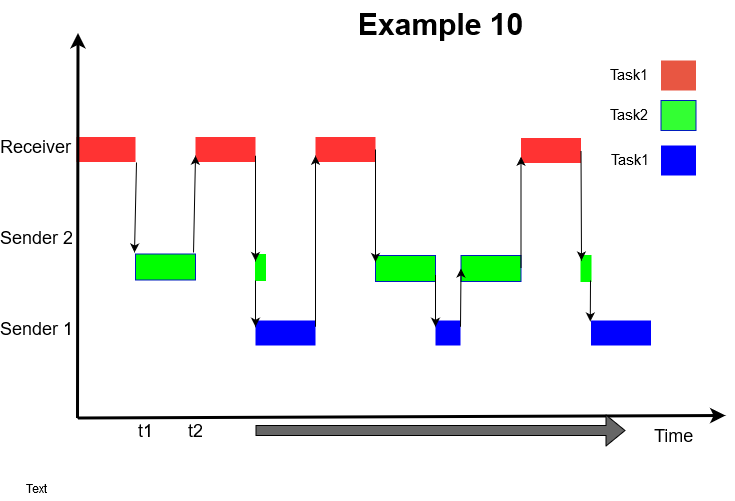
The draw.io diagram TP3/Imagenes/Example10.png in MIDORIINU/Sistemas_embebidos, before a commit. Source tidied: cells renumbered, new cells last; positions are measured from the earlier drawing's top-left corner, leaving out a move shared by most shapes. Source of this version:
```xml
<mxGraphModel background="#ffffff">
  <root>
    <mxCell id="0" />
    <mxCell id="1" parent="0" />
    <mxCell id="2" style="whiteSpace=wrap;fillColor=#FF3333;gradientColor=none;gradientDirection=east;strokeColor=none;html=1;fontColor=#23445d;" parent="1" vertex="1">
      <mxGeometry x="71" y="136.5" width="59" height="25" as="geometry" />
    </mxCell>
    <mxCell id="3" style="edgeStyle=none;html=1;fontColor=#000000;strokeWidth=3;strokeColor=#000000;" parent="1" edge="1">
      <mxGeometry relative="1" as="geometry">
        <mxPoint x="72" y="417.5" as="sourcePoint" />
        <mxPoint x="72.5" y="32.5" as="targetPoint" />
      </mxGeometry>
    </mxCell>
    <mxCell id="4" style="whiteSpace=wrap;fillColor=#00FF00;gradientDirection=east;strokeColor=#001DBC;html=1;fontColor=#ffffff;" parent="1" vertex="1">
      <mxGeometry x="130" y="253.5" width="60" height="26" as="geometry" />
    </mxCell>
    <mxCell id="5" style="edgeStyle=none;html=1;fontColor=#000000;strokeWidth=3;strokeColor=#000000;" parent="1" edge="1">
      <mxGeometry relative="1" as="geometry">
        <mxPoint x="72" y="417.5" as="sourcePoint" />
        <mxPoint x="720" y="415" as="targetPoint" />
      </mxGeometry>
    </mxCell>
    <mxCell id="6" value="Time" style="text;spacingTop=-5;html=1;fontSize=18;fontStyle=0;fontColor=#000000;strokeColor=none;" parent="1" vertex="1">
      <mxGeometry x="646.5" y="424.5" width="80" height="20" as="geometry" />
    </mxCell>
    <mxCell id="7" value="t1" style="text;spacingTop=-5;align=center;verticalAlign=middle;fontStyle=0;html=1;fontSize=18;fontColor=#000000;strokeColor=none;" parent="1" vertex="1">
      <mxGeometry x="80" y="419.5" width="120" height="30" as="geometry" />
    </mxCell>
    <mxCell id="8" value="t2" style="text;spacingTop=-5;align=center;verticalAlign=middle;fontStyle=0;html=1;fontSize=18;fontColor=#000000;strokeColor=none;" parent="1" vertex="1">
      <mxGeometry x="130" y="419.5" width="120" height="30" as="geometry" />
    </mxCell>
    <mxCell id="9" style="whiteSpace=wrap;fillColor=#33FF33;gradientDirection=east;strokeColor=#001DBC;html=1;fontColor=#ffffff;" parent="1" vertex="1">
      <mxGeometry x="655.5" y="100" width="35" height="30" as="geometry" />
    </mxCell>
    <mxCell id="10" style="whiteSpace=wrap;fillColor=#E85642;gradientColor=none;gradientDirection=east;strokeColor=none;html=1;fontColor=#23445d;" parent="1" vertex="1">
      <mxGeometry x="655.5" y="60" width="35" height="30" as="geometry" />
    </mxCell>
    <mxCell id="11" value="Task1" style="text;spacingTop=-5;html=1;fontColor=#000000;fontSize=15;" parent="1" vertex="1">
      <mxGeometry x="603" y="65" width="80" height="20" as="geometry" />
    </mxCell>
    <mxCell id="12" value="Task2" style="text;spacingTop=-5;html=1;fontColor=#000000;fontSize=15;" parent="1" vertex="1">
      <mxGeometry x="603" y="105" width="80" height="20" as="geometry" />
    </mxCell>
    <mxCell id="13" value="Sender 2" style="text;spacingTop=-5;align=center;verticalAlign=middle;fontStyle=0;html=1;fontSize=18;fontColor=#000000;" parent="1" vertex="1">
      <mxGeometry y="215" width="63" height="53" as="geometry" />
    </mxCell>
    <mxCell id="14" value="Receiver" style="text;spacingTop=-5;align=center;verticalAlign=middle;fontStyle=0;html=1;fontSize=18;fontColor=#000000;" parent="1" vertex="1">
      <mxGeometry x="1" y="85" width="58" height="130" as="geometry" />
    </mxCell>
    <mxCell id="15" value="Example 10" style="text;spacingTop=-5;align=center;verticalAlign=middle;fontSize=30;fontStyle=1;html=1;fontColor=#000000;" parent="1" vertex="1">
      <mxGeometry x="300" width="270" height="55" as="geometry" />
    </mxCell>
    <mxCell id="16" style="whiteSpace=wrap;fillColor=#FF3333;gradientColor=none;gradientDirection=east;strokeColor=none;html=1;fontColor=#23445d;" parent="1" vertex="1">
      <mxGeometry x="190" y="136.5" width="60" height="25" as="geometry" />
    </mxCell>
    <mxCell id="17" style="whiteSpace=wrap;fillColor=#00FF00;gradientDirection=east;strokeColor=#00FF00;html=1;fontColor=#ffffff;" parent="1" vertex="1">
      <mxGeometry x="250" y="254" width="10" height="26" as="geometry" />
    </mxCell>
    <mxCell id="18" style="whiteSpace=wrap;fillColor=#FF3333;gradientColor=none;gradientDirection=east;strokeColor=none;html=1;fontColor=#23445d;" parent="1" vertex="1">
      <mxGeometry x="310" y="136.5" width="60" height="25" as="geometry" />
    </mxCell>
    <mxCell id="19" style="whiteSpace=wrap;fillColor=#00FF00;gradientDirection=east;strokeColor=#001DBC;html=1;fontColor=#ffffff;" parent="1" vertex="1">
      <mxGeometry x="370" y="255" width="60" height="26" as="geometry" />
    </mxCell>
    <mxCell id="20" style="whiteSpace=wrap;fillColor=#0000FF;gradientColor=none;gradientDirection=east;strokeColor=none;html=1;fontColor=#23445d;" parent="1" vertex="1">
      <mxGeometry x="250" y="320" width="60" height="25" as="geometry" />
    </mxCell>
    <mxCell id="21" style="whiteSpace=wrap;fillColor=#FF3333;gradientColor=none;gradientDirection=east;strokeColor=none;html=1;fontColor=#23445d;" parent="1" vertex="1">
      <mxGeometry x="515.5" y="137.5" width="60" height="25" as="geometry" />
    </mxCell>
    <mxCell id="22" style="whiteSpace=wrap;fillColor=#00FF00;gradientDirection=east;strokeColor=#001DBC;html=1;fontColor=#ffffff;" parent="1" vertex="1">
      <mxGeometry x="455.5" y="255" width="60" height="26" as="geometry" />
    </mxCell>
    <mxCell id="23" value="Text" style="text;html=1;strokeColor=none;fillColor=none;align=center;verticalAlign=middle;whiteSpace=wrap;rounded=0;" parent="1" vertex="1">
      <mxGeometry x="10" y="480" width="40" height="20" as="geometry" />
    </mxCell>
    <mxCell id="24" style="whiteSpace=wrap;fillColor=#0000FF;gradientColor=none;gradientDirection=east;strokeColor=none;html=1;fontColor=#23445d;" parent="1" vertex="1">
      <mxGeometry x="655.5" y="145" width="35" height="30" as="geometry" />
    </mxCell>
    <mxCell id="25" value="Task1" style="text;spacingTop=-5;html=1;fontColor=#000000;fontSize=15;" parent="1" vertex="1">
      <mxGeometry x="603.5" y="150" width="44" height="20" as="geometry" />
    </mxCell>
    <mxCell id="26" style="whiteSpace=wrap;fillColor=#0000FF;gradientColor=none;gradientDirection=east;strokeColor=none;html=1;fontColor=#23445d;direction=south;" parent="1" vertex="1">
      <mxGeometry x="430" y="320" width="25" height="25" as="geometry" />
    </mxCell>
    <mxCell id="27" style="whiteSpace=wrap;fillColor=#00FF00;gradientDirection=east;strokeColor=#00FF00;html=1;fontColor=#ffffff;" parent="1" vertex="1">
      <mxGeometry x="575.5" y="255" width="10" height="26" as="geometry" />
    </mxCell>
    <mxCell id="28" style="whiteSpace=wrap;fillColor=#0000FF;gradientColor=none;gradientDirection=east;strokeColor=none;html=1;fontColor=#23445d;" parent="1" vertex="1">
      <mxGeometry x="585.5" y="320" width="60" height="25" as="geometry" />
    </mxCell>
    <mxCell id="29" value="Sender 1" style="text;spacingTop=-5;align=center;verticalAlign=middle;fontStyle=0;html=1;fontSize=18;fontColor=#000000;" parent="1" vertex="1">
      <mxGeometry y="306" width="63" height="53" as="geometry" />
    </mxCell>
    <mxCell id="30" style="endArrow=classic;html=1;exitX=1.017;exitY=1.02;exitDx=0;exitDy=0;exitPerimeter=0;" parent="1" edge="1" source="2">
      <mxGeometry relative="1" as="geometry">
        <mxPoint x="129" y="252" as="targetPoint" />
      </mxGeometry>
    </mxCell>
    <mxCell id="31" style="endArrow=classic;html=1;exitX=0.967;exitY=-0.058;exitDx=0;exitDy=0;exitPerimeter=0;entryX=0;entryY=0.75;entryDx=0;entryDy=0;" parent="1" edge="1" source="4" target="16">
      <mxGeometry relative="1" as="geometry" />
    </mxCell>
    <mxCell id="32" style="endArrow=classic;html=1;exitX=1;exitY=0.75;exitDx=0;exitDy=0;entryX=0;entryY=0.25;entryDx=0;entryDy=0;" parent="1" edge="1" source="16" target="17">
      <mxGeometry relative="1" as="geometry" />
    </mxCell>
    <mxCell id="33" style="endArrow=classic;html=1;entryX=0;entryY=0.25;entryDx=0;entryDy=0;" parent="1" edge="1" target="20">
      <mxGeometry relative="1" as="geometry">
        <mxPoint x="250" y="280" as="sourcePoint" />
      </mxGeometry>
    </mxCell>
    <mxCell id="34" style="endArrow=classic;html=1;entryX=0;entryY=0.75;entryDx=0;entryDy=0;exitX=1;exitY=0.25;exitDx=0;exitDy=0;" parent="1" edge="1" source="20" target="18">
      <mxGeometry relative="1" as="geometry" />
    </mxCell>
    <mxCell id="35" style="endArrow=classic;html=1;exitX=1;exitY=0.5;exitDx=0;exitDy=0;entryX=0;entryY=0.25;entryDx=0;entryDy=0;" parent="1" edge="1" source="18" target="19">
      <mxGeometry relative="1" as="geometry" />
    </mxCell>
    <mxCell id="36" style="endArrow=classic;html=1;exitX=1;exitY=0.75;exitDx=0;exitDy=0;entryX=0.25;entryY=1;entryDx=0;entryDy=0;" parent="1" edge="1" source="19" target="26">
      <mxGeometry relative="1" as="geometry" />
    </mxCell>
    <mxCell id="37" style="shape=flexArrow;endArrow=classic;html=1;fillColor=#666666;" parent="1" edge="1">
      <mxGeometry relative="1" as="geometry">
        <mxPoint x="250" y="430" as="sourcePoint" />
        <mxPoint x="620" y="430" as="targetPoint" />
      </mxGeometry>
    </mxCell>
    <mxCell id="38" style="endArrow=classic;html=1;fillColor=#666666;entryX=0;entryY=0.5;entryDx=0;entryDy=0;exitX=0.25;exitY=0;exitDx=0;exitDy=0;" parent="1" edge="1" source="26" target="22">
      <mxGeometry relative="1" as="geometry" />
    </mxCell>
    <mxCell id="39" style="endArrow=classic;html=1;fillColor=#666666;entryX=0;entryY=0.75;entryDx=0;entryDy=0;exitX=1;exitY=0.5;exitDx=0;exitDy=0;" parent="1" edge="1" source="22" target="21">
      <mxGeometry relative="1" as="geometry" />
    </mxCell>
    <mxCell id="40" style="endArrow=classic;html=1;fillColor=#666666;exitX=1;exitY=0.5;exitDx=0;exitDy=0;" parent="1" edge="1" source="21">
      <mxGeometry relative="1" as="geometry">
        <mxPoint x="576" y="260" as="targetPoint" />
      </mxGeometry>
    </mxCell>
    <mxCell id="41" style="endArrow=classic;html=1;fillColor=#666666;entryX=-0.012;entryY=0.04;entryDx=0;entryDy=0;entryPerimeter=0;" parent="1" edge="1" target="28">
      <mxGeometry relative="1" as="geometry">
        <mxPoint x="585" y="280" as="sourcePoint" />
      </mxGeometry>
    </mxCell>
  </root>
</mxGraphModel>
```
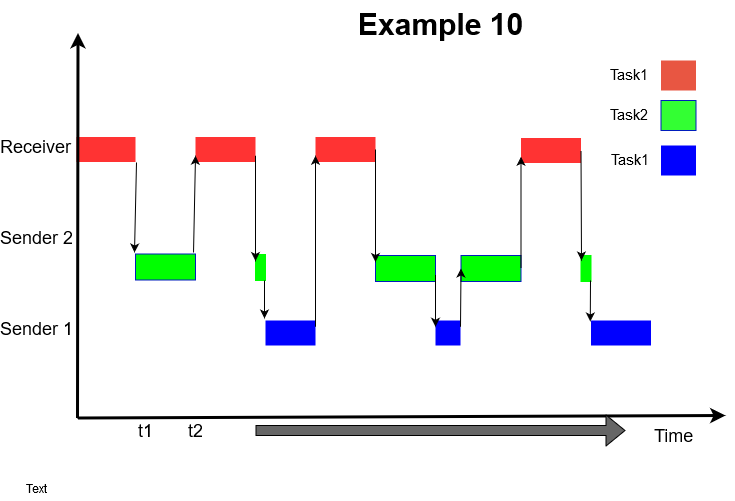
After the commit.

Commit message:
Correcciòn del diagrama temporal del ejemplo 3.

Diff of the diagram source:
```diff
@@ -63,7 +63,7 @@
       <mxGeometry x="370" y="255" width="60" height="26" as="geometry" />
     </mxCell>
     <mxCell id="20" style="whiteSpace=wrap;fillColor=#0000FF;gradientColor=none;gradientDirection=east;strokeColor=none;html=1;fontColor=#23445d;" parent="1" vertex="1">
-      <mxGeometry x="250" y="320" width="60" height="25" as="geometry" />
+      <mxGeometry x="260" y="320" width="50" height="25" as="geometry" />
     </mxCell>
     <mxCell id="21" style="whiteSpace=wrap;fillColor=#FF3333;gradientColor=none;gradientDirection=east;strokeColor=none;html=1;fontColor=#23445d;" parent="1" vertex="1">
       <mxGeometry x="515.5" y="137.5" width="60" height="25" as="geometry" />
@@ -103,9 +103,10 @@
     <mxCell id="32" style="endArrow=classic;html=1;exitX=1;exitY=0.75;exitDx=0;exitDy=0;entryX=0;entryY=0.25;entryDx=0;entryDy=0;" parent="1" edge="1" source="16" target="17">
       <mxGeometry relative="1" as="geometry" />
     </mxCell>
-    <mxCell id="33" style="endArrow=classic;html=1;entryX=0;entryY=0.25;entryDx=0;entryDy=0;" parent="1" edge="1" target="20">
+    <mxCell id="33" style="endArrow=classic;html=1;" parent="1" edge="1">
       <mxGeometry relative="1" as="geometry">
-        <mxPoint x="250" y="280" as="sourcePoint" />
+        <mxPoint x="259" y="280" as="sourcePoint" />
+        <mxPoint x="259" y="318" as="targetPoint" />
       </mxGeometry>
     </mxCell>
     <mxCell id="34" style="endArrow=classic;html=1;entryX=0;entryY=0.75;entryDx=0;entryDy=0;exitX=1;exitY=0.25;exitDx=0;exitDy=0;" parent="1" edge="1" source="20" target="18">
```
